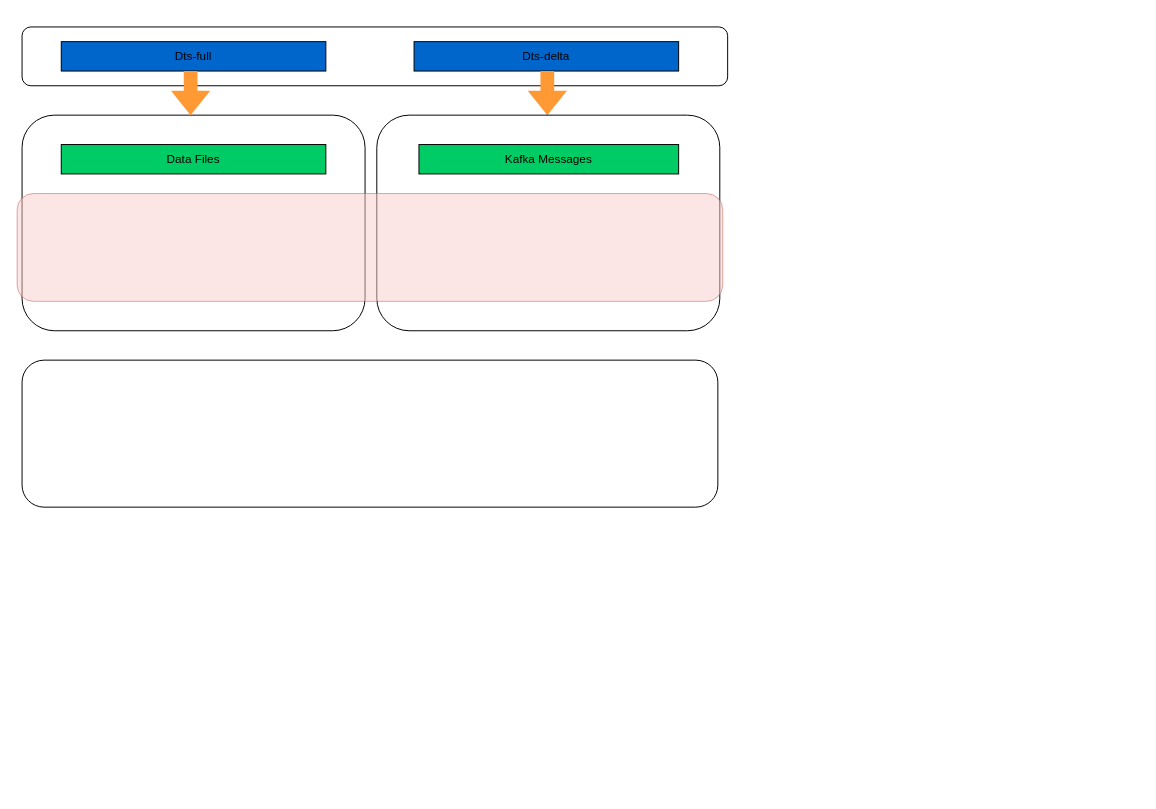
Above: bos架构图.drawio in yindongjun/drawio-3 (draw.io), before the change. Source tidied: cells renumbered, new cells numbered last; positions are measured from the earlier drawing's top-left corner, leaving out a move shared by most shapes. Both pictures are drawn from the tidied source at 98%, with x=0, y=0 at pixel (17, 26).
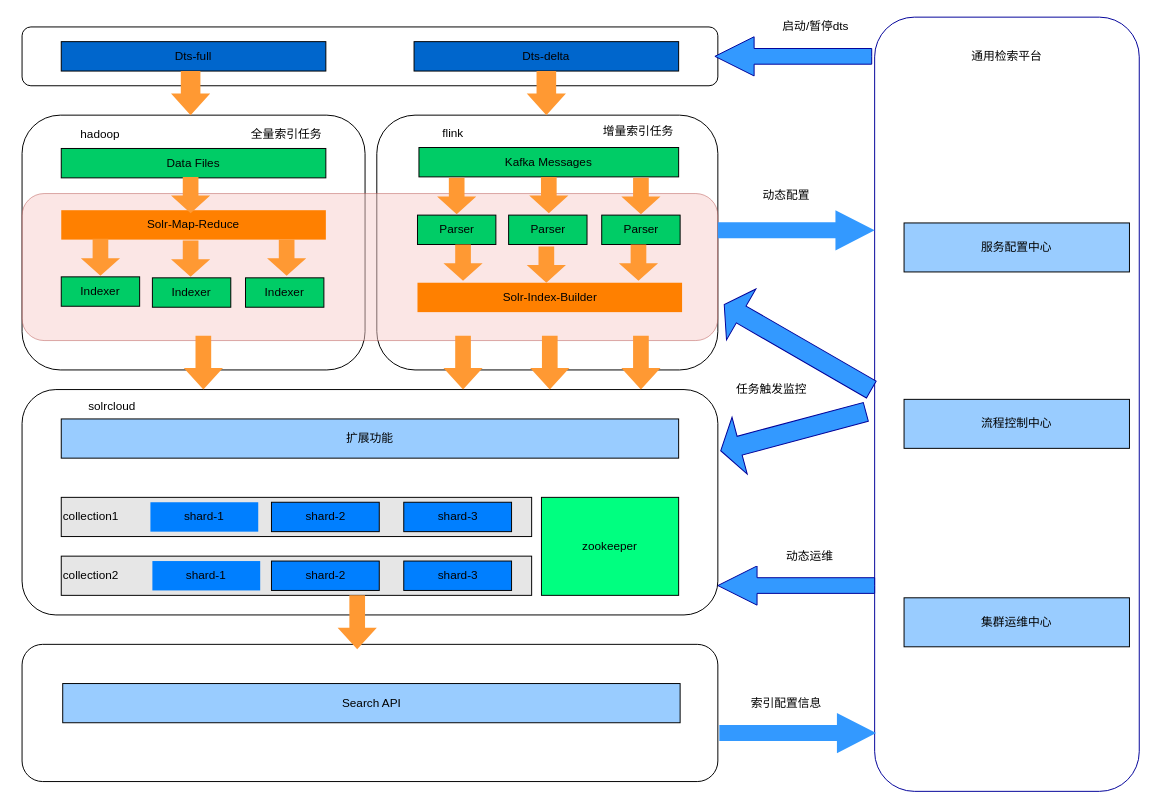
After the change.

What changed in the source:
```diff
@@
     <mxCell id="2" style="rounded=1;whiteSpace=wrap;html=1;" parent="1" vertex="1">
-      <mxGeometry x="5" width="720" height="60" as="geometry" />
+      <mxGeometry x="5" width="710" height="60" as="geometry" />
     </mxCell>
@@
     <mxCell id="5" style="rounded=1;whiteSpace=wrap;html=1;" parent="1" vertex="1">
-      <mxGeometry x="5" y="90" width="350" height="220" as="geometry" />
+      <mxGeometry x="5" y="90" width="350" height="260" as="geometry" />
     </mxCell>
     <mxCell id="6" style="rounded=1;whiteSpace=wrap;html=1;" parent="1" vertex="1">
-      <mxGeometry x="5" y="340" width="710" height="150" as="geometry" />
+      <mxGeometry x="5" y="370" width="710" height="230" as="geometry" />
     </mxCell>
-    <mxCell id="7" style="html=1;shadow=0;dashed=0;align=center;verticalAlign=middle;shape=mxgraph.arrows2.arrow;dy=0.65;dx=25;direction=south;notch=0;fillColor=#FF9933;strokeColor=none;" parent="1" vertex="1">
+    <mxCell id="7" style="html=1;shadow=0;dashed=0;align=center;verticalAlign=middle;shape=mxgraph.arrows2.arrow;dy=0.5;dx=22;direction=south;notch=0;fillColor=#FF9933;strokeColor=none;" parent="1" vertex="1">
       <mxGeometry x="157" y="45" width="40" height="45" as="geometry" />
     </mxCell>
-    <mxCell id="8" style="html=1;shadow=0;dashed=0;align=center;verticalAlign=middle;shape=mxgraph.arrows2.arrow;dy=0.65;dx=25;direction=south;notch=0;fillColor=#FF9933;strokeColor=none;" parent="1" vertex="1">
-      <mxGeometry x="521" y="45" width="40" height="45" as="geometry" />
-    </mxCell>
     <mxCell id="9" style="rounded=1;whiteSpace=wrap;html=1;" parent="1" vertex="1">
-      <mxGeometry x="367" y="90" width="350" height="220" as="geometry" />
+      <mxGeometry x="367" y="90" width="348" height="260" as="geometry" />
     </mxCell>
     <mxCell id="10" style="rounded=1;whiteSpace=wrap;html=1;strokeColor=#b85450;fillColor=#f8cecc;opacity=50;" parent="1" vertex="1">
-      <mxGeometry y="170" width="720" height="110" as="geometry" />
+      <mxGeometry x="5" y="170" width="710" height="150" as="geometry" />
     </mxCell>
     <mxCell id="11" value="Data Files" style="rounded=0;whiteSpace=wrap;html=1;fillColor=#00CC66;" parent="1" vertex="1">
-      <mxGeometry x="45" y="120" width="270" height="30" as="geometry" />
+      <mxGeometry x="45" y="124" width="270" height="30" as="geometry" />
     </mxCell>
     <mxCell id="12" value="Kafka Messages" style="rounded=0;whiteSpace=wrap;html=1;fillColor=#00CC66;" parent="1" vertex="1">
-      <mxGeometry x="410" y="120" width="265" height="30" as="geometry" />
+      <mxGeometry x="410" y="123" width="265" height="30" as="geometry" />
     </mxCell>
+    <mxCell id="13" value="hadoop" style="rounded=0;whiteSpace=wrap;html=1;strokeColor=none;fillColor=#FFFFFF;" parent="1" vertex="1">
+      <mxGeometry x="25" y="100" width="120" height="20" as="geometry" />
+    </mxCell>
+    <mxCell id="14" value="全量索引任务" style="rounded=0;whiteSpace=wrap;html=1;fillColor=#FFFFFF;strokeColor=none;" parent="1" vertex="1">
+      <mxGeometry x="215" y="100" width="120" height="20" as="geometry" />
+    </mxCell>
+    <mxCell id="15" value="flink" style="rounded=0;whiteSpace=wrap;html=1;strokeColor=none;fillColor=#FFFFFF;" parent="1" vertex="1">
+      <mxGeometry x="385" y="99" width="120" height="20" as="geometry" />
+    </mxCell>
+    <mxCell id="16" value="增量索引任务" style="rounded=0;whiteSpace=wrap;html=1;strokeColor=none;fillColor=#FFFFFF;" parent="1" vertex="1">
+      <mxGeometry x="574" y="97" width="120" height="20" as="geometry" />
+    </mxCell>
+    <mxCell id="17" value="Solr-Map-Reduce" style="rounded=0;whiteSpace=wrap;html=1;fillColor=#FF8000;strokeColor=none;" parent="1" vertex="1">
+      <mxGeometry x="45" y="187" width="270" height="30" as="geometry" />
+    </mxCell>
+    <mxCell id="18" value="Indexer" style="rounded=0;whiteSpace=wrap;html=1;fillColor=#00CC66;" parent="1" vertex="1">
+      <mxGeometry x="45" y="255" width="80" height="30" as="geometry" />
+    </mxCell>
+    <mxCell id="19" value="Indexer" style="rounded=0;whiteSpace=wrap;html=1;fillColor=#00CC66;" parent="1" vertex="1">
+      <mxGeometry x="138" y="256" width="80" height="30" as="geometry" />
+    </mxCell>
+    <mxCell id="20" value="Indexer" style="rounded=0;whiteSpace=wrap;html=1;fillColor=#00CC66;" parent="1" vertex="1">
+      <mxGeometry x="233" y="256" width="80" height="30" as="geometry" />
+    </mxCell>
+    <mxCell id="21" value="Parser" style="rounded=0;whiteSpace=wrap;html=1;fillColor=#00CC66;" parent="1" vertex="1">
+      <mxGeometry x="408.5" y="192" width="80" height="30" as="geometry" />
+    </mxCell>
+    <mxCell id="22" value="Parser" style="rounded=0;whiteSpace=wrap;html=1;fillColor=#00CC66;" parent="1" vertex="1">
+      <mxGeometry x="501.5" y="192" width="80" height="30" as="geometry" />
+    </mxCell>
+    <mxCell id="23" value="Parser" style="rounded=0;whiteSpace=wrap;html=1;fillColor=#00CC66;" parent="1" vertex="1">
+      <mxGeometry x="596.5" y="192" width="80" height="30" as="geometry" />
+    </mxCell>
+    <mxCell id="24" value="Solr-Index-Builder" style="rounded=0;whiteSpace=wrap;html=1;fillColor=#FF8000;strokeColor=none;" parent="1" vertex="1">
+      <mxGeometry x="408.5" y="261" width="270" height="30" as="geometry" />
+    </mxCell>
+    <mxCell id="25" style="html=1;shadow=0;dashed=0;align=center;verticalAlign=middle;shape=mxgraph.arrows2.arrow;dy=0.5;dx=22;direction=south;notch=0;fillColor=#FF9933;strokeColor=none;" parent="1" vertex="1">
+      <mxGeometry x="520" y="45" width="40" height="45" as="geometry" />
+    </mxCell>
+    <mxCell id="26" style="html=1;shadow=0;dashed=0;align=center;verticalAlign=middle;shape=mxgraph.arrows2.arrow;dy=0.6;dx=18;direction=south;notch=0;fillColor=#FF9933;strokeColor=none;" parent="1" vertex="1">
+      <mxGeometry x="157" y="153" width="40" height="37" as="geometry" />
+    </mxCell>
+    <mxCell id="27" style="html=1;shadow=0;dashed=0;align=center;verticalAlign=middle;shape=mxgraph.arrows2.arrow;dy=0.6;dx=18;direction=south;notch=0;fillColor=#FF9933;strokeColor=none;" parent="1" vertex="1">
+      <mxGeometry x="522.5" y="153" width="40" height="37" as="geometry" />
+    </mxCell>
+    <mxCell id="28" style="html=1;shadow=0;dashed=0;align=center;verticalAlign=middle;shape=mxgraph.arrows2.arrow;dy=0.6;dx=18;direction=south;notch=0;fillColor=#FF9933;strokeColor=none;" parent="1" vertex="1">
+      <mxGeometry x="428.5" y="154" width="40" height="37" as="geometry" />
+    </mxCell>
+    <mxCell id="29" style="html=1;shadow=0;dashed=0;align=center;verticalAlign=middle;shape=mxgraph.arrows2.arrow;dy=0.6;dx=18;direction=south;notch=0;fillColor=#FF9933;strokeColor=none;" parent="1" vertex="1">
+      <mxGeometry x="616.5" y="154" width="40" height="37" as="geometry" />
+    </mxCell>
+    <mxCell id="30" style="html=1;shadow=0;dashed=0;align=center;verticalAlign=middle;shape=mxgraph.arrows2.arrow;dy=0.6;dx=18;direction=south;notch=0;fillColor=#FF9933;strokeColor=none;" parent="1" vertex="1">
+      <mxGeometry x="65" y="216" width="40" height="38" as="geometry" />
+    </mxCell>
+    <mxCell id="31" style="html=1;shadow=0;dashed=0;align=center;verticalAlign=middle;shape=mxgraph.arrows2.arrow;dy=0.6;dx=18;direction=south;notch=0;fillColor=#FF9933;strokeColor=none;" parent="1" vertex="1">
+      <mxGeometry x="157" y="218" width="40" height="37" as="geometry" />
+    </mxCell>
+    <mxCell id="32" style="html=1;shadow=0;dashed=0;align=center;verticalAlign=middle;shape=mxgraph.arrows2.arrow;dy=0.6;dx=18;direction=south;notch=0;fillColor=#FF9933;strokeColor=none;" parent="1" vertex="1">
+      <mxGeometry x="255" y="217" width="40" height="37" as="geometry" />
+    </mxCell>
+    <mxCell id="33" style="html=1;shadow=0;dashed=0;align=center;verticalAlign=middle;shape=mxgraph.arrows2.arrow;dy=0.6;dx=18;direction=south;notch=0;fillColor=#FF9933;strokeColor=none;" parent="1" vertex="1">
+      <mxGeometry x="435" y="222" width="40" height="37" as="geometry" />
+    </mxCell>
+    <mxCell id="34" style="html=1;shadow=0;dashed=0;align=center;verticalAlign=middle;shape=mxgraph.arrows2.arrow;dy=0.6;dx=18;direction=south;notch=0;fillColor=#FF9933;strokeColor=none;" parent="1" vertex="1">
+      <mxGeometry x="520" y="224" width="40" height="37" as="geometry" />
+    </mxCell>
+    <mxCell id="35" style="html=1;shadow=0;dashed=0;align=center;verticalAlign=middle;shape=mxgraph.arrows2.arrow;dy=0.6;dx=18;direction=south;notch=0;fillColor=#FF9933;strokeColor=none;" parent="1" vertex="1">
+      <mxGeometry x="614" y="222" width="40" height="37" as="geometry" />
+    </mxCell>
+    <mxCell id="36" style="html=1;shadow=0;dashed=0;align=center;verticalAlign=middle;shape=mxgraph.arrows2.arrow;dy=0.6;dx=22;direction=south;notch=0;fillColor=#FF9933;strokeColor=none;" parent="1" vertex="1">
+      <mxGeometry x="170" y="315" width="40" height="55" as="geometry" />
+    </mxCell>
+    <mxCell id="37" style="html=1;shadow=0;dashed=0;align=center;verticalAlign=middle;shape=mxgraph.arrows2.arrow;dy=0.6;dx=22;direction=south;notch=0;fillColor=#FF9933;strokeColor=none;" parent="1" vertex="1">
+      <mxGeometry x="435" y="315" width="40" height="55" as="geometry" />
+    </mxCell>
+    <mxCell id="38" style="html=1;shadow=0;dashed=0;align=center;verticalAlign=middle;shape=mxgraph.arrows2.arrow;dy=0.6;dx=22;direction=south;notch=0;fillColor=#FF9933;strokeColor=none;" parent="1" vertex="1">
+      <mxGeometry x="523.5" y="315" width="40" height="55" as="geometry" />
+    </mxCell>
+    <mxCell id="39" style="html=1;shadow=0;dashed=0;align=center;verticalAlign=middle;shape=mxgraph.arrows2.arrow;dy=0.6;dx=22;direction=south;notch=0;fillColor=#FF9933;strokeColor=none;" parent="1" vertex="1">
+      <mxGeometry x="616.5" y="315" width="40" height="55" as="geometry" />
+    </mxCell>
+    <mxCell id="40" value="扩展功能" style="rounded=0;whiteSpace=wrap;html=1;fillColor=#99CCFF;" parent="1" vertex="1">
+      <mxGeometry x="45" y="400" width="630" height="40" as="geometry" />
+    </mxCell>
+    <mxCell id="41" value="solrcloud" style="rounded=0;whiteSpace=wrap;html=1;strokeColor=none;fillColor=#FFFFFF;" parent="1" vertex="1">
+      <mxGeometry x="37" y="377" width="120" height="20" as="geometry" />
+    </mxCell>
+    <mxCell id="42" value="collection1" style="rounded=0;whiteSpace=wrap;html=1;fillColor=#E6E6E6;align=left;" parent="1" vertex="1">
+      <mxGeometry x="45" y="480" width="480" height="40" as="geometry" />
+    </mxCell>
+    <mxCell id="43" value="collection2" style="rounded=0;whiteSpace=wrap;html=1;fillColor=#E6E6E6;align=left;" parent="1" vertex="1">
+      <mxGeometry x="45" y="540" width="480" height="40" as="geometry" />
+    </mxCell>
+    <mxCell id="44" value="shard-1" style="rounded=0;whiteSpace=wrap;html=1;strokeColor=none;fillColor=#007FFF;" parent="1" vertex="1">
+      <mxGeometry x="136" y="485" width="110" height="30" as="geometry" />
+    </mxCell>
+    <mxCell id="45" value="shard-2" style="rounded=0;whiteSpace=wrap;html=1;fillColor=#007FFF;" parent="1" vertex="1">
+      <mxGeometry x="259.5" y="485" width="110" height="30" as="geometry" />
+    </mxCell>
+    <mxCell id="46" value="shard-3" style="rounded=0;whiteSpace=wrap;html=1;fillColor=#007FFF;" parent="1" vertex="1">
+      <mxGeometry x="394.5" y="485" width="110" height="30" as="geometry" />
+    </mxCell>
+    <mxCell id="47" value="shard-1" style="rounded=0;whiteSpace=wrap;html=1;strokeColor=none;fillColor=#007FFF;" parent="1" vertex="1">
+      <mxGeometry x="138" y="545" width="110" height="30" as="geometry" />
+    </mxCell>
+    <mxCell id="48" value="shard-2" style="rounded=0;whiteSpace=wrap;html=1;fillColor=#007FFF;" parent="1" vertex="1">
+      <mxGeometry x="259.5" y="545" width="110" height="30" as="geometry" />
+    </mxCell>
+    <mxCell id="49" value="shard-3" style="rounded=0;whiteSpace=wrap;html=1;fillColor=#007FFF;" parent="1" vertex="1">
+      <mxGeometry x="394.5" y="545" width="110" height="30" as="geometry" />
+    </mxCell>
+    <mxCell id="50" value="zookeeper" style="rounded=0;whiteSpace=wrap;html=1;align=center;fillColor=#00FF80;" parent="1" vertex="1">
+      <mxGeometry x="535" y="480" width="140" height="100" as="geometry" />
+    </mxCell>
+    <mxCell id="51" style="rounded=1;whiteSpace=wrap;html=1;" parent="1" vertex="1">
+      <mxGeometry x="5" y="630" width="710" height="140" as="geometry" />
+    </mxCell>
+    <mxCell id="52" value="Search API" style="rounded=0;whiteSpace=wrap;html=1;fillColor=#99CCFF;" parent="1" vertex="1">
+      <mxGeometry x="46.5" y="670" width="630" height="40" as="geometry" />
+    </mxCell>
+    <mxCell id="53" style="html=1;shadow=0;dashed=0;align=center;verticalAlign=middle;shape=mxgraph.arrows2.arrow;dy=0.6;dx=22;direction=south;notch=0;fillColor=#FF9933;strokeColor=none;" parent="1" vertex="1">
+      <mxGeometry x="327" y="580" width="40" height="55" as="geometry" />
+    </mxCell>
+    <mxCell id="54" style="rounded=1;whiteSpace=wrap;html=1;fillColor=#FFFFFF;strokeColor=#000099;" parent="1" vertex="1">
+      <mxGeometry x="875" y="-10" width="270" height="790" as="geometry" />
+    </mxCell>
+    <mxCell id="55" value="服务配置中心" style="rounded=0;whiteSpace=wrap;html=1;fillColor=#99CCFF;" parent="1" vertex="1">
+      <mxGeometry x="905" y="200" width="230" height="50" as="geometry" />
+    </mxCell>
+    <mxCell id="56" value="流程控制中心" style="rounded=0;whiteSpace=wrap;html=1;fillColor=#99CCFF;" parent="1" vertex="1">
+      <mxGeometry x="905" y="380" width="230" height="50" as="geometry" />
+    </mxCell>
+    <mxCell id="57" value="集群运维中心" style="rounded=0;whiteSpace=wrap;html=1;fillColor=#99CCFF;" parent="1" vertex="1">
+      <mxGeometry x="905" y="582.5" width="230" height="50" as="geometry" />
+    </mxCell>
+    <mxCell id="58" style="html=1;shadow=0;dashed=0;align=center;verticalAlign=middle;shape=mxgraph.arrows2.arrow;dy=0.6;dx=40;notch=0;strokeColor=none;fillColor=#3399FF;" parent="1" vertex="1">
+      <mxGeometry x="715" y="187" width="160" height="41" as="geometry" />
+    </mxCell>
+    <mxCell id="59" style="html=1;shadow=0;dashed=0;align=center;verticalAlign=middle;shape=mxgraph.arrows2.arrow;dy=0.6;dx=40;flipH=1;notch=0;strokeColor=#000099;fillColor=#3399FF;" parent="1" vertex="1">
+      <mxGeometry x="715" y="550" width="160" height="40" as="geometry" />
+    </mxCell>
+    <mxCell id="60" style="html=1;shadow=0;dashed=0;align=center;verticalAlign=middle;shape=mxgraph.arrows2.arrow;dy=0.67;dx=20;notch=0;strokeColor=#000099;fillColor=#3399FF;rotation=-150;" parent="1" vertex="1">
+      <mxGeometry x="709.9" y="296.7" width="173.3" height="60" as="geometry" />
+    </mxCell>
+    <mxCell id="61" style="html=1;shadow=0;dashed=0;align=center;verticalAlign=middle;shape=mxgraph.arrows2.arrow;dy=0.67;dx=20;notch=0;strokeColor=#000099;fillColor=#3399FF;rotation=-195;" parent="1" vertex="1">
+      <mxGeometry x="715.3" y="382.6" width="153.3" height="60" as="geometry" />
+    </mxCell>
+    <mxCell id="62" value="通用检索平台" style="rounded=0;whiteSpace=wrap;html=1;fillColor=#FFFFFF;strokeColor=none;" parent="1" vertex="1">
+      <mxGeometry x="950" y="20" width="120" height="20" as="geometry" />
+    </mxCell>
+    <mxCell id="63" style="html=1;shadow=0;dashed=0;align=center;verticalAlign=middle;shape=mxgraph.arrows2.arrow;dy=0.6;dx=40;flipH=1;notch=0;strokeColor=#000099;fillColor=#3399FF;" parent="1" vertex="1">
+      <mxGeometry x="712" y="10" width="160" height="40" as="geometry" />
+    </mxCell>
+    <mxCell id="64" value="启动/暂停dts" style="rounded=0;whiteSpace=wrap;html=1;fillColor=#FFFFFF;strokeColor=none;" parent="1" vertex="1">
+      <mxGeometry x="755" y="-10" width="120" height="20" as="geometry" />
+    </mxCell>
+    <mxCell id="65" value="动态配置" style="rounded=0;whiteSpace=wrap;html=1;fillColor=#FFFFFF;strokeColor=none;" parent="1" vertex="1">
+      <mxGeometry x="725" y="161.5" width="120" height="20" as="geometry" />
+    </mxCell>
+    <mxCell id="66" value="任务触发监控" style="rounded=0;whiteSpace=wrap;html=1;fillColor=#FFFFFF;strokeColor=none;" parent="1" vertex="1">
+      <mxGeometry x="709.9" y="360" width="120" height="20" as="geometry" />
+    </mxCell>
+    <mxCell id="67" style="html=1;shadow=0;dashed=0;align=center;verticalAlign=middle;shape=mxgraph.arrows2.arrow;dy=0.6;dx=40;notch=0;strokeColor=none;fillColor=#3399FF;" parent="1" vertex="1">
+      <mxGeometry x="716.5" y="700" width="160" height="41" as="geometry" />
+    </mxCell>
+    <mxCell id="68" value="动态运维" style="rounded=0;whiteSpace=wrap;html=1;fillColor=#FFFFFF;strokeColor=none;" parent="1" vertex="1">
+      <mxGeometry x="748.7" y="530" width="120" height="20" as="geometry" />
+    </mxCell>
+    <mxCell id="69" value="索引配置信息" style="rounded=0;whiteSpace=wrap;html=1;fillColor=#FFFFFF;strokeColor=none;" parent="1" vertex="1">
+      <mxGeometry x="725" y="680" width="120" height="20" as="geometry" />
+    </mxCell>
```
